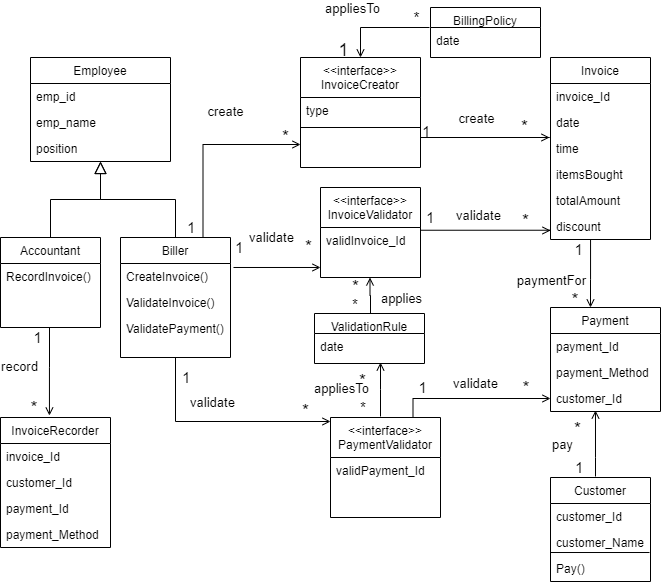
Above: class diagram.png in sehanidevindi/Class-Diagram-For-Generic-Billing-System (draw.io), before the change. Source tidied: cells renumbered, new cells last; positions are measured from the earlier drawing's top-left corner, leaving out a move shared by most shapes.
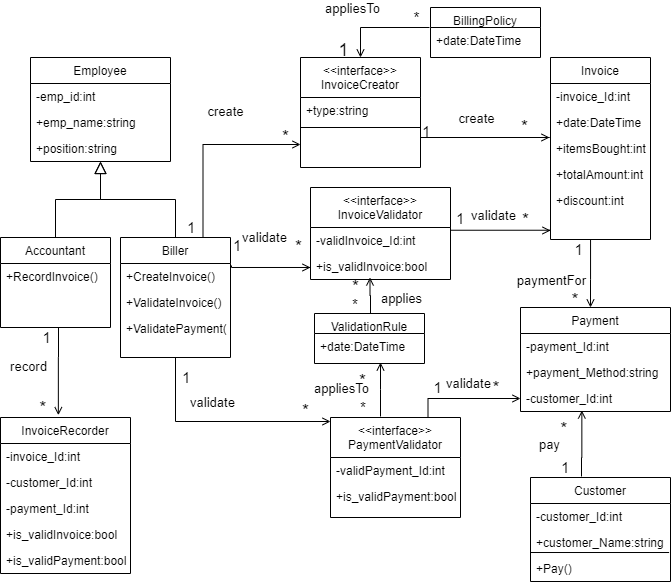
Later version of the same file.

Change to the diagram source:
```diff
@@ -37,19 +37,19 @@
     <mxCell id="8" value="Employee" style="swimlane;fontStyle=0;align=center;verticalAlign=top;horizontal=1;startSize=26;rounded=0;shadow=0;strokeWidth=1;" parent="1" vertex="1">
       <mxGeometry x="30" y="50" width="140" height="104" as="geometry" />
     </mxCell>
-    <mxCell id="9" value="emp_id" style="text;align=left;verticalAlign=top;spacingLeft=4;spacingRight=4;overflow=hidden;" parent="8" vertex="1">
+    <mxCell id="9" value="-emp_id:int" style="text;align=left;verticalAlign=top;spacingLeft=4;spacingRight=4;overflow=hidden;" parent="8" vertex="1">
       <mxGeometry y="26" width="140" height="26" as="geometry" />
     </mxCell>
-    <mxCell id="10" value="emp_name" style="text;align=left;verticalAlign=top;spacingLeft=4;spacingRight=4;overflow=hidden;rounded=0;shadow=0;html=0;" parent="8" vertex="1">
+    <mxCell id="10" value="+emp_name:string" style="text;align=left;verticalAlign=top;spacingLeft=4;spacingRight=4;overflow=hidden;rounded=0;shadow=0;html=0;" parent="8" vertex="1">
       <mxGeometry y="52" width="140" height="26" as="geometry" />
     </mxCell>
-    <mxCell id="11" value="position" style="text;align=left;verticalAlign=top;spacingLeft=4;spacingRight=4;overflow=hidden;rounded=0;shadow=0;html=0;" parent="8" vertex="1">
+    <mxCell id="11" value="+position:string" style="text;align=left;verticalAlign=top;spacingLeft=4;spacingRight=4;overflow=hidden;rounded=0;shadow=0;html=0;" parent="8" vertex="1">
       <mxGeometry y="78" width="140" height="26" as="geometry" />
     </mxCell>
     <mxCell id="12" value="&lt;&lt;interface&gt;&gt;&#10;InvoiceCreator" style="swimlane;fontStyle=0;align=center;verticalAlign=top;horizontal=1;startSize=40;rounded=0;shadow=0;strokeWidth=1;" parent="1" vertex="1">
       <mxGeometry x="300" y="50" width="120" height="110" as="geometry" />
     </mxCell>
-    <mxCell id="13" value="type" style="text;align=left;verticalAlign=top;spacingLeft=4;spacingRight=4;overflow=hidden;" parent="12" vertex="1">
+    <mxCell id="13" value="+type:string" style="text;align=left;verticalAlign=top;spacingLeft=4;spacingRight=4;overflow=hidden;" parent="12" vertex="1">
       <mxGeometry y="40" width="120" height="26" as="geometry" />
     </mxCell>
     <mxCell id="14" style="line;html=1;strokeWidth=1;align=left;verticalAlign=middle;spacingTop=-1;spacingLeft=3;spacingRight=3;labelPosition=right;" parent="12" vertex="1">
@@ -58,27 +58,25 @@
     <mxCell id="15" value="Invoice" style="swimlane;fontStyle=0;align=center;verticalAlign=top;horizontal=1;startSize=26;rounded=0;shadow=0;strokeWidth=1;" parent="1" vertex="1">
       <mxGeometry x="550" y="50" width="100" height="182" as="geometry" />
     </mxCell>
-    <mxCell id="16" value="invoice_Id" style="text;align=left;verticalAlign=top;spacingLeft=4;spacingRight=4;overflow=hidden;" parent="15" vertex="1">
+    <mxCell id="16" value="-invoice_Id:int" style="text;align=left;verticalAlign=top;spacingLeft=4;spacingRight=4;overflow=hidden;" parent="15" vertex="1">
       <mxGeometry y="26" width="100" height="26" as="geometry" />
     </mxCell>
-    <mxCell id="17" value="date" style="text;align=left;verticalAlign=top;spacingLeft=4;spacingRight=4;overflow=hidden;rounded=0;shadow=0;html=0;" parent="15" vertex="1">
+    <mxCell id="17" value="+date:DateTime" style="text;align=left;verticalAlign=top;spacingLeft=4;spacingRight=4;overflow=hidden;rounded=0;shadow=0;html=0;" parent="15" vertex="1">
       <mxGeometry y="52" width="100" height="26" as="geometry" />
     </mxCell>
-    <mxCell id="18" value="time" style="text;align=left;verticalAlign=top;spacingLeft=4;spacingRight=4;overflow=hidden;points=[[0,0.5],[1,0.5]];portConstraint=eastwest;rounded=0;shadow=0;html=0;" parent="15" vertex="1">
-      <mxGeometry y="78" width="100" height="26" as="geometry" />
-    </mxCell>
-    <mxCell id="19" value="itemsBought" style="text;align=left;verticalAlign=top;spacingLeft=4;spacingRight=4;overflow=hidden;rounded=0;shadow=0;html=0;" parent="15" vertex="1">
-      <mxGeometry y="104" width="100" height="26" as="geometry" />
+    <mxCell id="19" value="+itemsBought:int" style="text;align=left;verticalAlign=top;spacingLeft=4;spacingRight=4;overflow=hidden;rounded=0;shadow=0;html=0;" parent="15" vertex="1">
+      <mxGeometry y="78" width="100" height="26" as="geometry" />
     </mxCell>
-    <mxCell id="20" value="totalAmount" style="text;align=left;verticalAlign=top;spacingLeft=4;spacingRight=4;overflow=hidden;rounded=0;shadow=0;html=0;" parent="15" vertex="1">
-      <mxGeometry y="130" width="100" height="26" as="geometry" />
+    <mxCell id="20" value="+totalAmount:int" style="text;align=left;verticalAlign=top;spacingLeft=4;spacingRight=4;overflow=hidden;rounded=0;shadow=0;html=0;" parent="15" vertex="1">
+      <mxGeometry y="104" width="100" height="26" as="geometry" />
     </mxCell>
-    <mxCell id="21" value="discount" style="text;align=left;verticalAlign=top;spacingLeft=4;spacingRight=4;overflow=hidden;" parent="15" vertex="1">
-      <mxGeometry y="156" width="100" height="26" as="geometry" />
+    <mxCell id="21" value="+discount:int" style="text;align=left;verticalAlign=top;spacingLeft=4;spacingRight=4;overflow=hidden;" parent="15" vertex="1">
+      <mxGeometry y="130" width="100" height="26" as="geometry" />
     </mxCell>
-    <mxCell id="22" style="endArrow=open;shadow=0;strokeWidth=1;rounded=0;endFill=1;edgeStyle=elbowEdgeStyle;elbow=vertical;exitX=1.031;exitY=0.808;exitDx=0;exitDy=0;exitPerimeter=0;entryX=-0.01;entryY=0.077;entryDx=0;entryDy=0;entryPerimeter=0;" parent="1" edge="1" target="18">
+    <mxCell id="22" style="endArrow=open;shadow=0;strokeWidth=1;rounded=0;endFill=1;edgeStyle=elbowEdgeStyle;elbow=vertical;exitX=1.031;exitY=0.808;exitDx=0;exitDy=0;exitPerimeter=0;entryX=-0.01;entryY=0.077;entryDx=0;entryDy=0;entryPerimeter=0;" parent="1" edge="1">
       <mxGeometry x="0.5" y="41" relative="1" as="geometry">
         <mxPoint x="420" y="130" as="sourcePoint" />
+        <mxPoint x="549" y="130" as="targetPoint" />
         <Array as="points">
           <mxPoint x="656" y="130" />
           <mxPoint x="641" y="13" />
@@ -103,8 +101,9 @@
     </mxCell>
     <mxCell id="26" style="endArrow=open;shadow=0;strokeWidth=1;rounded=0;endFill=1;edgeStyle=elbowEdgeStyle;elbow=vertical;entryX=0.445;entryY=-0.015;entryDx=0;entryDy=0;entryPerimeter=0;" parent="1" edge="1" target="36">
       <mxGeometry x="0.5" y="41" relative="1" as="geometry">
-        <mxPoint x="49" y="320" as="sourcePoint" />
+        <mxPoint x="58" y="320" as="sourcePoint" />
         <Array as="points">
+          <mxPoint x="49" y="350" />
           <mxPoint x="49" y="360" />
         </Array>
         <mxPoint x="-40" y="32" as="offset" />
@@ -126,38 +125,41 @@
       </mxGeometry>
     </mxCell>
     <mxCell id="30" value="Accountant" style="swimlane;fontStyle=0;align=center;verticalAlign=top;horizontal=1;startSize=26;rounded=0;shadow=0;strokeWidth=1;" parent="1" vertex="1">
-      <mxGeometry y="230" width="100" height="90" as="geometry" />
+      <mxGeometry y="230" width="110" height="90" as="geometry" />
     </mxCell>
-    <mxCell id="31" value="RecordInvoice()" style="text;align=left;verticalAlign=top;spacingLeft=4;spacingRight=4;overflow=hidden;" parent="30" vertex="1">
-      <mxGeometry y="26" width="100" height="26" as="geometry" />
+    <mxCell id="31" value="+RecordInvoice()" style="text;align=left;verticalAlign=top;spacingLeft=4;spacingRight=4;overflow=hidden;" parent="30" vertex="1">
+      <mxGeometry y="26" width="110" height="26" as="geometry" />
     </mxCell>
     <mxCell id="32" value="Biller" style="swimlane;fontStyle=0;align=center;verticalAlign=top;horizontal=1;startSize=26;rounded=0;shadow=0;strokeWidth=1;" parent="1" vertex="1">
       <mxGeometry x="120" y="230" width="110" height="120" as="geometry" />
     </mxCell>
-    <mxCell id="33" value="CreateInvoice()" style="text;align=left;verticalAlign=top;spacingLeft=4;spacingRight=4;overflow=hidden;points=[[0,0.5],[1,0.5]];portConstraint=eastwest;" parent="32" vertex="1">
+    <mxCell id="33" value="+CreateInvoice()" style="text;align=left;verticalAlign=top;spacingLeft=4;spacingRight=4;overflow=hidden;points=[[0,0.5],[1,0.5]];portConstraint=eastwest;" parent="32" vertex="1">
       <mxGeometry y="26" width="110" height="26" as="geometry" />
     </mxCell>
-    <mxCell id="34" value="ValidateInvoice()" style="text;align=left;verticalAlign=top;spacingLeft=4;spacingRight=4;overflow=hidden;" parent="32" vertex="1">
+    <mxCell id="34" value="+ValidateInvoice()" style="text;align=left;verticalAlign=top;spacingLeft=4;spacingRight=4;overflow=hidden;" parent="32" vertex="1">
       <mxGeometry y="52" width="110" height="26" as="geometry" />
     </mxCell>
-    <mxCell id="35" value="ValidatePayment()" style="text;align=left;verticalAlign=top;spacingLeft=4;spacingRight=4;overflow=hidden;" parent="32" vertex="1">
+    <mxCell id="35" value="+ValidatePayment()" style="text;align=left;verticalAlign=top;spacingLeft=4;spacingRight=4;overflow=hidden;" parent="32" vertex="1">
       <mxGeometry y="78" width="110" height="26" as="geometry" />
     </mxCell>
     <mxCell id="36" value="InvoiceRecorder" style="swimlane;fontStyle=0;align=center;verticalAlign=top;horizontal=1;startSize=26;rounded=0;shadow=0;strokeWidth=1;" parent="1" vertex="1">
-      <mxGeometry y="410" width="110" height="130" as="geometry" />
+      <mxGeometry y="410" width="130" height="156" as="geometry" />
     </mxCell>
-    <mxCell id="37" value="invoice_Id" style="text;align=left;verticalAlign=top;spacingLeft=4;spacingRight=4;overflow=hidden;" parent="36" vertex="1">
-      <mxGeometry y="26" width="110" height="26" as="geometry" />
+    <mxCell id="37" value="-invoice_Id:int" style="text;align=left;verticalAlign=top;spacingLeft=4;spacingRight=4;overflow=hidden;" parent="36" vertex="1">
+      <mxGeometry y="26" width="130" height="26" as="geometry" />
     </mxCell>
-    <mxCell id="38" value="customer_Id" style="text;align=left;verticalAlign=top;spacingLeft=4;spacingRight=4;overflow=hidden;" parent="36" vertex="1">
-      <mxGeometry y="52" width="110" height="26" as="geometry" />
+    <mxCell id="38" value="-customer_Id:int" style="text;align=left;verticalAlign=top;spacingLeft=4;spacingRight=4;overflow=hidden;" parent="36" vertex="1">
+      <mxGeometry y="52" width="130" height="26" as="geometry" />
     </mxCell>
-    <mxCell id="39" value="payment_Id&#10;" style="text;align=left;verticalAlign=top;spacingLeft=4;spacingRight=4;overflow=hidden;" parent="36" vertex="1">
-      <mxGeometry y="78" width="110" height="26" as="geometry" />
+    <mxCell id="39" value="-payment_Id:int&#10;" style="text;align=left;verticalAlign=top;spacingLeft=4;spacingRight=4;overflow=hidden;" parent="36" vertex="1">
+      <mxGeometry y="78" width="130" height="26" as="geometry" />
     </mxCell>
-    <mxCell id="40" value="payment_Method" style="text;align=left;verticalAlign=top;spacingLeft=4;spacingRight=4;overflow=hidden;" parent="36" vertex="1">
-      <mxGeometry y="104" width="110" height="26" as="geometry" />
-    </mxCell>
+    <mxCell id="94" value="+is_validInvoice:bool" style="text;align=left;verticalAlign=top;spacingLeft=4;spacingRight=4;overflow=hidden;" parent="36" vertex="1">
+      <mxGeometry y="104" width="130" height="26" as="geometry" />
+    </mxCell>
+    <mxCell id="95" value="+is_validPayment:bool" style="text;align=left;verticalAlign=top;spacingLeft=4;spacingRight=4;overflow=hidden;" parent="36" vertex="1">
+      <mxGeometry y="130" width="130" height="26" as="geometry" />
+    </mxCell>
     <mxCell id="41" style="endArrow=open;shadow=0;strokeWidth=1;rounded=0;endFill=1;edgeStyle=elbowEdgeStyle;elbow=vertical;exitX=1;exitY=0.25;exitDx=0;exitDy=0;" parent="1" edge="1" source="57">
       <mxGeometry x="0.5" y="41" relative="1" as="geometry">
         <mxPoint x="550" y="223" as="targetPoint" />
@@ -183,13 +185,12 @@
         <mxPoint x="2.5" y="-28.5" as="offset" />
       </mxGeometry>
     </mxCell>
-    <mxCell id="45" style="endArrow=open;shadow=0;strokeWidth=1;rounded=0;endFill=1;edgeStyle=elbowEdgeStyle;elbow=vertical;" parent="1" edge="1">
+    <mxCell id="45" style="endArrow=open;shadow=0;strokeWidth=1;rounded=0;endFill=1;edgeStyle=elbowEdgeStyle;elbow=vertical;exitX=1.009;exitY=0.077;exitDx=0;exitDy=0;exitPerimeter=0;" parent="1" edge="1" source="33">
       <mxGeometry x="0.5" y="41" relative="1" as="geometry">
-        <mxPoint x="233" y="260" as="sourcePoint" />
-        <mxPoint x="320" y="260" as="targetPoint" />
+        <mxPoint x="310" y="260" as="targetPoint" />
         <Array as="points">
-          <mxPoint x="283" y="260" />
-          <mxPoint x="454" y="133" />
+          <mxPoint x="287" y="260" />
+          <mxPoint x="458" y="133" />
         </Array>
         <mxPoint x="-40" y="32" as="offset" />
       </mxGeometry>
@@ -236,9 +237,9 @@
     </mxCell>
     <mxCell id="53" style="endArrow=open;shadow=0;strokeWidth=1;rounded=0;endFill=1;edgeStyle=elbowEdgeStyle;elbow=vertical;entryX=0.409;entryY=0.962;entryDx=0;entryDy=0;entryPerimeter=0;" parent="1" edge="1" target="93">
       <mxGeometry x="0.5" y="41" relative="1" as="geometry">
-        <mxPoint x="595" y="469" as="sourcePoint" />
+        <mxPoint x="581" y="469" as="sourcePoint" />
         <Array as="points">
-          <mxPoint x="596" y="450" />
+          <mxPoint x="581" y="450" />
         </Array>
         <mxPoint x="-40" y="32" as="offset" />
       </mxGeometry>
@@ -259,30 +260,33 @@
       </mxGeometry>
     </mxCell>
     <mxCell id="57" value="&lt;&lt;interface&gt;&gt;&#10;InvoiceValidator&#10;" style="swimlane;fontStyle=0;align=center;verticalAlign=top;horizontal=1;startSize=40;rounded=0;shadow=0;strokeWidth=1;" parent="1" vertex="1">
-      <mxGeometry x="320" y="180" width="100" height="90" as="geometry" />
+      <mxGeometry x="310" y="180" width="140" height="92" as="geometry" />
     </mxCell>
-    <mxCell id="58" value="validInvoice_Id" style="text;align=left;verticalAlign=top;spacingLeft=4;spacingRight=4;overflow=hidden;" parent="57" vertex="1">
-      <mxGeometry y="40" width="100" height="26" as="geometry" />
+    <mxCell id="58" value="-validInvoice_Id:int" style="text;align=left;verticalAlign=top;spacingLeft=4;spacingRight=4;overflow=hidden;" parent="57" vertex="1">
+      <mxGeometry y="40" width="140" height="26" as="geometry" />
     </mxCell>
+    <mxCell id="96" value="+is_validInvoice:bool" style="text;align=left;verticalAlign=top;spacingLeft=4;spacingRight=4;overflow=hidden;" parent="57" vertex="1">
+      <mxGeometry y="66" width="140" height="26" as="geometry" />
+    </mxCell>
     <mxCell id="59" value="Customer" style="swimlane;fontStyle=0;align=center;verticalAlign=top;horizontal=1;startSize=26;rounded=0;shadow=0;strokeWidth=1;" parent="1" vertex="1">
-      <mxGeometry x="550" y="470" width="100" height="104" as="geometry" />
+      <mxGeometry x="530" y="470" width="140" height="104" as="geometry" />
     </mxCell>
-    <mxCell id="60" value="customer_Id" style="text;align=left;verticalAlign=top;spacingLeft=4;spacingRight=4;overflow=hidden;" parent="59" vertex="1">
-      <mxGeometry y="26" width="100" height="26" as="geometry" />
+    <mxCell id="60" value="-customer_Id:int" style="text;align=left;verticalAlign=top;spacingLeft=4;spacingRight=4;overflow=hidden;" parent="59" vertex="1">
+      <mxGeometry y="26" width="140" height="26" as="geometry" />
     </mxCell>
-    <mxCell id="61" value="customer_Name" style="text;align=left;verticalAlign=top;spacingLeft=4;spacingRight=4;overflow=hidden;points=[[0,0.5],[1,0.5]];portConstraint=eastwest;rounded=0;shadow=0;html=0;" parent="59" vertex="1">
-      <mxGeometry y="52" width="100" height="26" as="geometry" />
+    <mxCell id="61" value="+customer_Name:string" style="text;align=left;verticalAlign=top;spacingLeft=4;spacingRight=4;overflow=hidden;points=[[0,0.5],[1,0.5]];portConstraint=eastwest;rounded=0;shadow=0;html=0;" parent="59" vertex="1">
+      <mxGeometry y="52" width="140" height="26" as="geometry" />
     </mxCell>
     <mxCell id="62" style="endArrow=none;html=1;fontSize=13;entryX=0.99;entryY=0.885;entryDx=0;entryDy=0;entryPerimeter=0;exitX=0;exitY=-0.115;exitDx=0;exitDy=0;exitPerimeter=0;" parent="59" edge="1" source="63" target="61">
       <mxGeometry relative="1" as="geometry" />
     </mxCell>
-    <mxCell id="63" value="Pay()" style="text;align=left;verticalAlign=top;spacingLeft=4;spacingRight=4;overflow=hidden;points=[[0,0.5],[1,0.5]];portConstraint=eastwest;rounded=0;shadow=0;html=0;" parent="59" vertex="1">
-      <mxGeometry y="78" width="100" height="26" as="geometry" />
+    <mxCell id="63" value="+Pay()" style="text;align=left;verticalAlign=top;spacingLeft=4;spacingRight=4;overflow=hidden;points=[[0,0.5],[1,0.5]];portConstraint=eastwest;rounded=0;shadow=0;html=0;" parent="59" vertex="1">
+      <mxGeometry y="78" width="140" height="26" as="geometry" />
     </mxCell>
     <mxCell id="64" value="ValidationRule" style="swimlane;fontStyle=0;align=center;verticalAlign=top;horizontal=1;startSize=20;rounded=0;shadow=0;strokeWidth=1;" parent="1" vertex="1">
       <mxGeometry x="314" y="306" width="110" height="50" as="geometry" />
     </mxCell>
-    <mxCell id="65" value="date" style="text;align=left;verticalAlign=top;spacingLeft=4;spacingRight=4;overflow=hidden;points=[[0,0.5],[1,0.5]];portConstraint=eastwest;" parent="64" vertex="1">
+    <mxCell id="65" value="+date:DateTime" style="text;align=left;verticalAlign=top;spacingLeft=4;spacingRight=4;overflow=hidden;points=[[0,0.5],[1,0.5]];portConstraint=eastwest;" parent="64" vertex="1">
       <mxGeometry y="20" width="110" height="26" as="geometry" />
     </mxCell>
     <mxCell id="66" style="endArrow=open;shadow=0;strokeWidth=1;rounded=0;endFill=1;edgeStyle=elbowEdgeStyle;elbow=vertical;entryX=0.6;entryY=1.115;entryDx=0;entryDy=0;entryPerimeter=0;" parent="1" edge="1" target="65">
@@ -307,11 +311,14 @@
       </mxGeometry>
     </mxCell>
     <mxCell id="70" value="&lt;&lt;interface&gt;&gt;&#10;PaymentValidator&#10;" style="swimlane;fontStyle=0;align=center;verticalAlign=top;horizontal=1;startSize=40;rounded=0;shadow=0;strokeWidth=1;" parent="1" vertex="1">
-      <mxGeometry x="330" y="410" width="110" height="100" as="geometry" />
+      <mxGeometry x="330" y="410" width="130" height="100" as="geometry" />
     </mxCell>
-    <mxCell id="71" value="validPayment_Id" style="text;align=left;verticalAlign=top;spacingLeft=4;spacingRight=4;overflow=hidden;" parent="70" vertex="1">
-      <mxGeometry y="40" width="110" height="26" as="geometry" />
+    <mxCell id="71" value="-validPayment_Id:int" style="text;align=left;verticalAlign=top;spacingLeft=4;spacingRight=4;overflow=hidden;" parent="70" vertex="1">
+      <mxGeometry y="40" width="130" height="26" as="geometry" />
     </mxCell>
+    <mxCell id="97" value="+is_validPayment:bool" style="text;align=left;verticalAlign=top;spacingLeft=4;spacingRight=4;overflow=hidden;" parent="70" vertex="1">
+      <mxGeometry y="66" width="130" height="26" as="geometry" />
+    </mxCell>
     <mxCell id="72" style="endArrow=open;shadow=0;strokeWidth=1;rounded=0;endFill=1;edgeStyle=elbowEdgeStyle;elbow=vertical;entryX=0.6;entryY=1.115;entryDx=0;entryDy=0;entryPerimeter=0;" parent="1" edge="1">
       <mxGeometry x="0.5" y="41" relative="1" as="geometry">
         <mxPoint x="370" y="306" as="sourcePoint" />
@@ -387,7 +394,7 @@
     <mxCell id="84" value="BillingPolicy" style="swimlane;fontStyle=0;align=center;verticalAlign=top;horizontal=1;startSize=20;rounded=0;shadow=0;strokeWidth=1;" parent="1" vertex="1">
       <mxGeometry x="430" width="110" height="50" as="geometry" />
     </mxCell>
-    <mxCell id="85" value="date" style="text;align=left;verticalAlign=top;spacingLeft=4;spacingRight=4;overflow=hidden;" parent="84" vertex="1">
+    <mxCell id="85" value="+date:DateTime" style="text;align=left;verticalAlign=top;spacingLeft=4;spacingRight=4;overflow=hidden;" parent="84" vertex="1">
       <mxGeometry y="20" width="110" height="26" as="geometry" />
     </mxCell>
     <mxCell id="86" style="endArrow=open;shadow=0;strokeWidth=1;rounded=0;endFill=1;edgeStyle=elbowEdgeStyle;elbow=vertical;entryX=0.5;entryY=0;entryDx=0;entryDy=0;" parent="1" edge="1" target="12">
@@ -416,16 +423,16 @@
       </mxGeometry>
     </mxCell>
     <mxCell id="90" value="Payment" style="swimlane;fontStyle=0;align=center;verticalAlign=top;horizontal=1;startSize=26;rounded=0;shadow=0;strokeWidth=1;" parent="1" vertex="1">
-      <mxGeometry x="550" y="300" width="110" height="104" as="geometry" />
+      <mxGeometry x="520" y="300" width="150" height="104" as="geometry" />
     </mxCell>
-    <mxCell id="91" value="payment_Id" style="text;align=left;verticalAlign=top;spacingLeft=4;spacingRight=4;overflow=hidden;" parent="90" vertex="1">
-      <mxGeometry y="26" width="110" height="26" as="geometry" />
+    <mxCell id="91" value="-payment_Id:int" style="text;align=left;verticalAlign=top;spacingLeft=4;spacingRight=4;overflow=hidden;" parent="90" vertex="1">
+      <mxGeometry y="26" width="150" height="26" as="geometry" />
     </mxCell>
-    <mxCell id="92" value="payment_Method" style="text;align=left;verticalAlign=top;spacingLeft=4;spacingRight=4;overflow=hidden;rounded=0;shadow=0;html=0;" parent="90" vertex="1">
-      <mxGeometry y="52" width="110" height="26" as="geometry" />
+    <mxCell id="92" value="+payment_Method:string" style="text;align=left;verticalAlign=top;spacingLeft=4;spacingRight=4;overflow=hidden;rounded=0;shadow=0;html=0;" parent="90" vertex="1">
+      <mxGeometry y="52" width="150" height="26" as="geometry" />
     </mxCell>
-    <mxCell id="93" value="customer_Id" style="text;align=left;verticalAlign=top;spacingLeft=4;spacingRight=4;overflow=hidden;points=[[0,0.5],[1,0.5]];portConstraint=eastwest;rounded=0;shadow=0;html=0;" parent="90" vertex="1">
-      <mxGeometry y="78" width="110" height="26" as="geometry" />
+    <mxCell id="93" value="-customer_Id:int" style="text;align=left;verticalAlign=top;spacingLeft=4;spacingRight=4;overflow=hidden;points=[[0,0.5],[1,0.5]];portConstraint=eastwest;rounded=0;shadow=0;html=0;" parent="90" vertex="1">
+      <mxGeometry y="78" width="150" height="26" as="geometry" />
     </mxCell>
   </root>
 </mxGraphModel>
```
